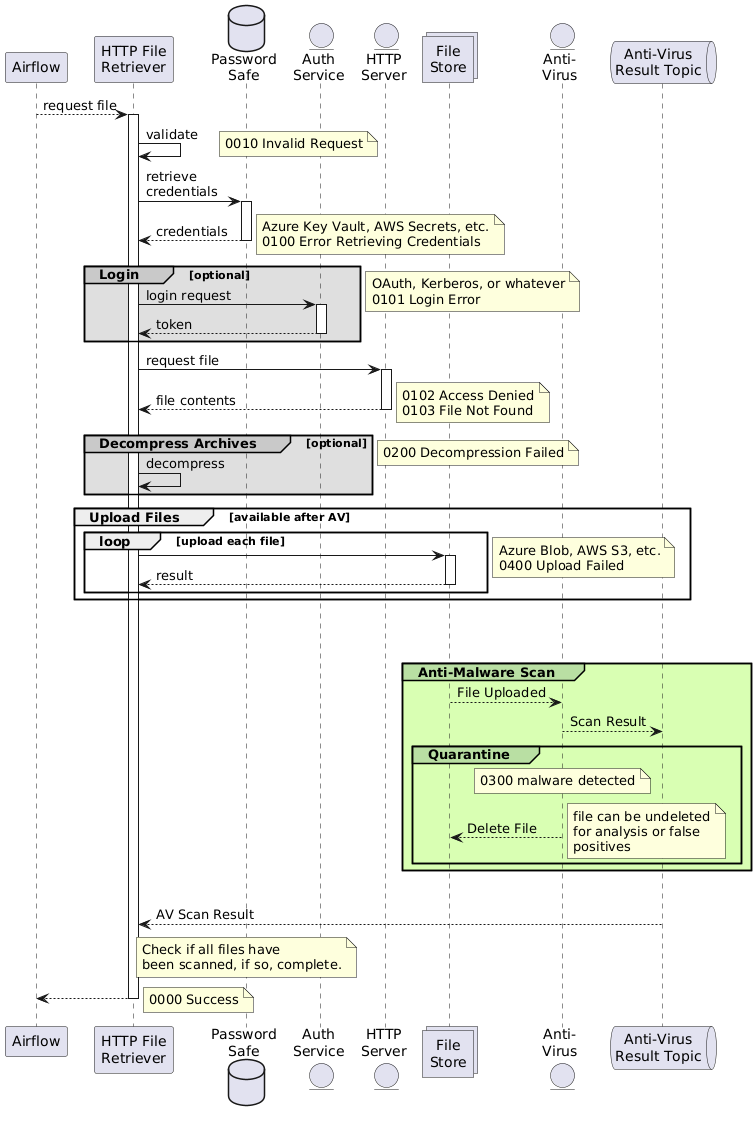
Above: interaction-diagram.png in perry2of5/http-file-rtrvr (PlantUML), before the change.
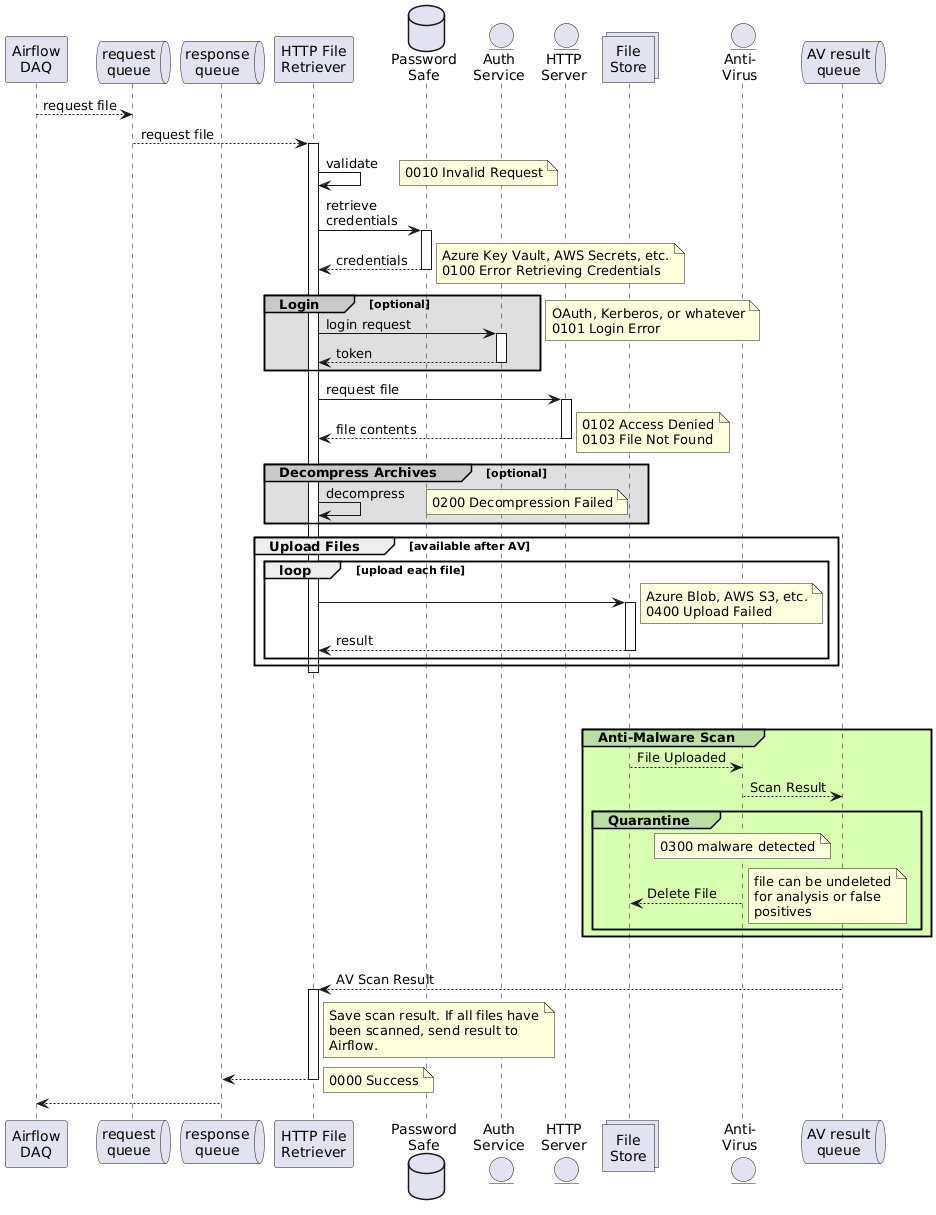
Later version of the same file.

What changed in the source:
```diff
@@ -1,14 +1,17 @@
 @startuml
-participant Airflow                    as airflow
+participant "Airflow\nDAQ"             as airflow
+queue       "request\nqueue"           as req
+queue       "response\nqueue"          as rsp
 participant "HTTP File\nRetriever"     as fileRtrvr
 database    "Password\nSafe"           as credStore
 entity      "Auth\nService"            as authSvc
 entity      "HTTP\nServer"             as target
 collections "File\nStore"              as s3
 entity      "Anti-\nVirus"             as av
-queue       "Anti-Virus\nResult Topic" as avRes
-airflow --> fileRtrvr: request file
+queue       "AV result\nqueue"         as avRes
 
+airflow --> req: request file
+req --> fileRtrvr: request file
 activate fileRtrvr
 
 fileRtrvr -> fileRtrvr: validate
@@ -44,20 +47,21 @@
 group#C9C9C9 #DFDFDF Decompress Archives [optional]
     autoactivate off
     fileRtrvr -> fileRtrvr: decompress
+    note right: 0200 Decompression Failed
     autoactivate on
 end
-note right: 0200 Decompression Failed
 
 group Upload Files [available after AV]
     loop upload each file
         fileRtrvr -> s3
+        note right
+            Azure Blob, AWS S3, etc.
+            0400 Upload Failed
+        end note
         return result
     end
-    note right
-        Azure Blob, AWS S3, etc.
-        0400 Upload Failed
-    end note
 end
+deactivate fileRtrvr
 
 |||
 |||
@@ -80,14 +84,15 @@
 |||
 
 avRes --> fileRtrvr: AV Scan Result
-note over credStore: Check if all files have \nbeen scanned, if so, complete.
+activate fileRtrvr
 autoactivate on
+note right fileRtrvr: Save scan result. If all files have\nbeen scanned, send result to\nAirflow.
 
 
-
-
-fileRtrvr --> airflow
+fileRtrvr --> rsp
+deactivate fileRtrvr
 note right: 0000 Success
+rsp --> airflow
 
 deactivate fileRtrvr
 @enduml
```
